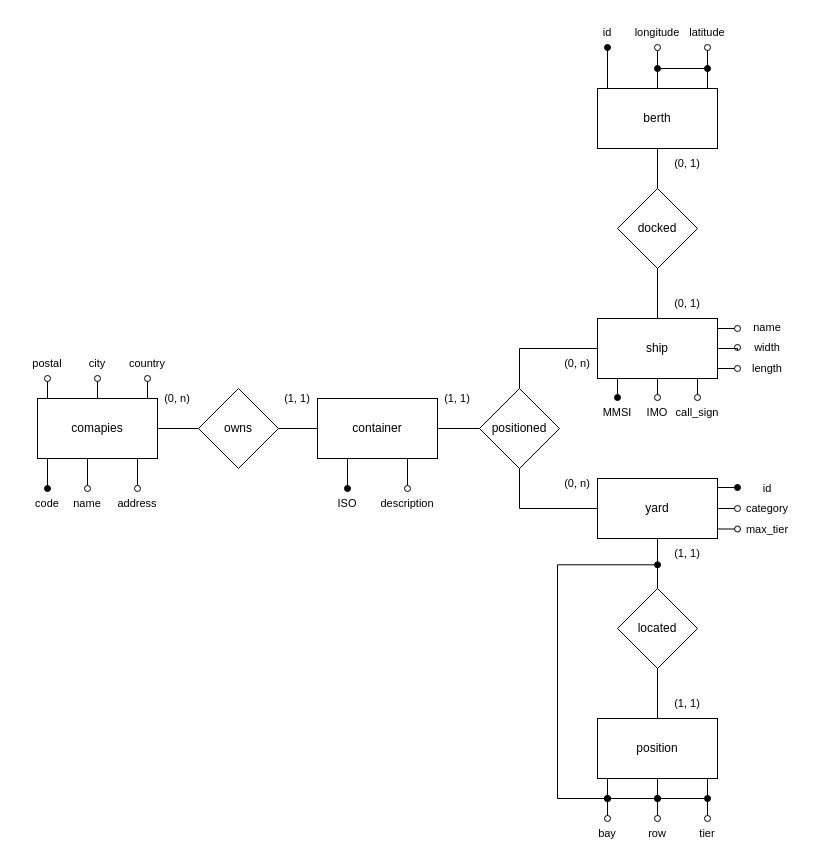
Earlier version of the draw.io diagram ERD.drawio (mervyn-teo/CS2102s). Source tidied: cells renumbered, new cells numbered last; positions are measured from the earlier drawing's top-left corner, leaving out a move shared by most shapes. Both pictures are drawn from the tidied source at 100%, with x=0, y=0 at pixel (17, 17).
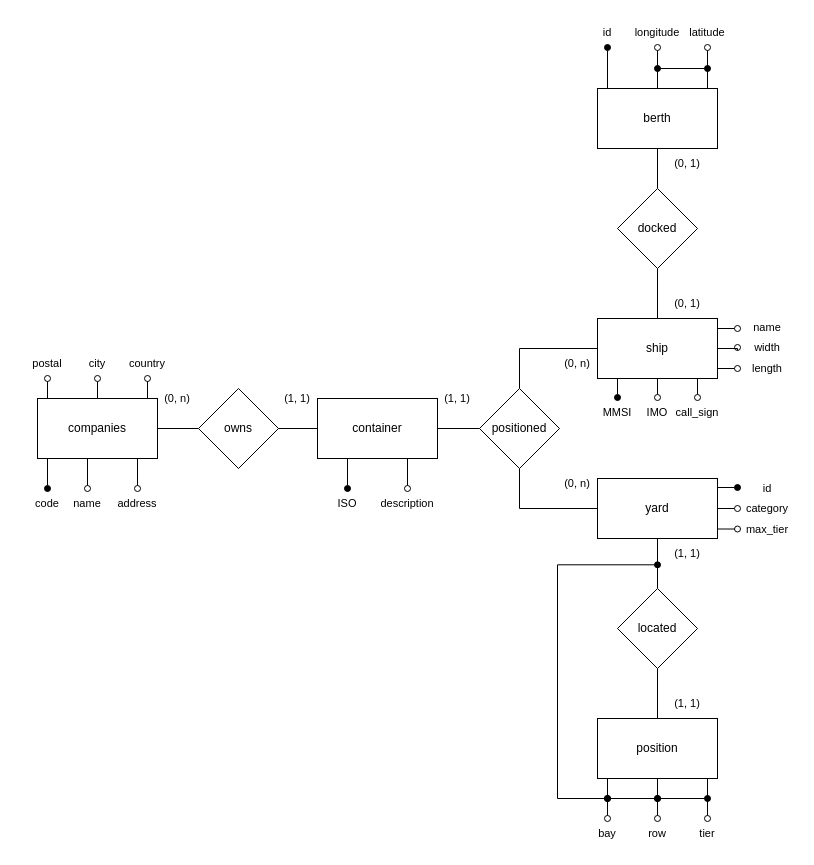
Above is the later version.

Commit message:
Changed spelling of companies

The edit, as a diff of the source:
```diff
@@
-    <mxCell id="8" value="comapies" style="rounded=0;whiteSpace=wrap;html=1;" parent="1" vertex="1">
+    <mxCell id="8" value="companies" style="rounded=0;whiteSpace=wrap;html=1;" parent="1" vertex="1">
       <mxGeometry x="20" y="381" width="120" height="60" as="geometry" />
     </mxCell>
```
